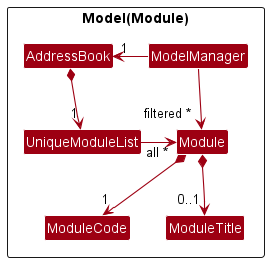
nus-cs2103-AY2223S1/tp keeps this PlantUML diagram as docs/images/ModelModuleClassDiagram.png. Above is the earlier version.
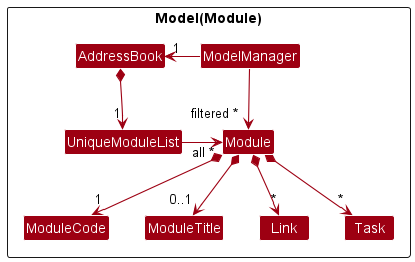
The same file after the commit.

Change to the diagram source:
```diff
@@ -12,6 +12,8 @@
 Class Module
 Class ModuleCode
 Class ModuleTitle
+Class Link
+Class Task
 }
 
 ModelManager -left-> "1" AddressBook
@@ -20,8 +22,12 @@
 UniqueModuleList -right-> "all ~*" Module
 Module *--> "1" ModuleCode
 Module *--> "0..1" ModuleTitle
+Module *--> "*" Link
+Module *--> "*" Task
 
 ModuleCode -[hidden]right-> ModuleTitle
+ModuleTitle -[hidden]right-> Link
+Link -[hidden]right-> Task
 
 ModelManager --> "filtered ~*" Module
 @enduml
```
